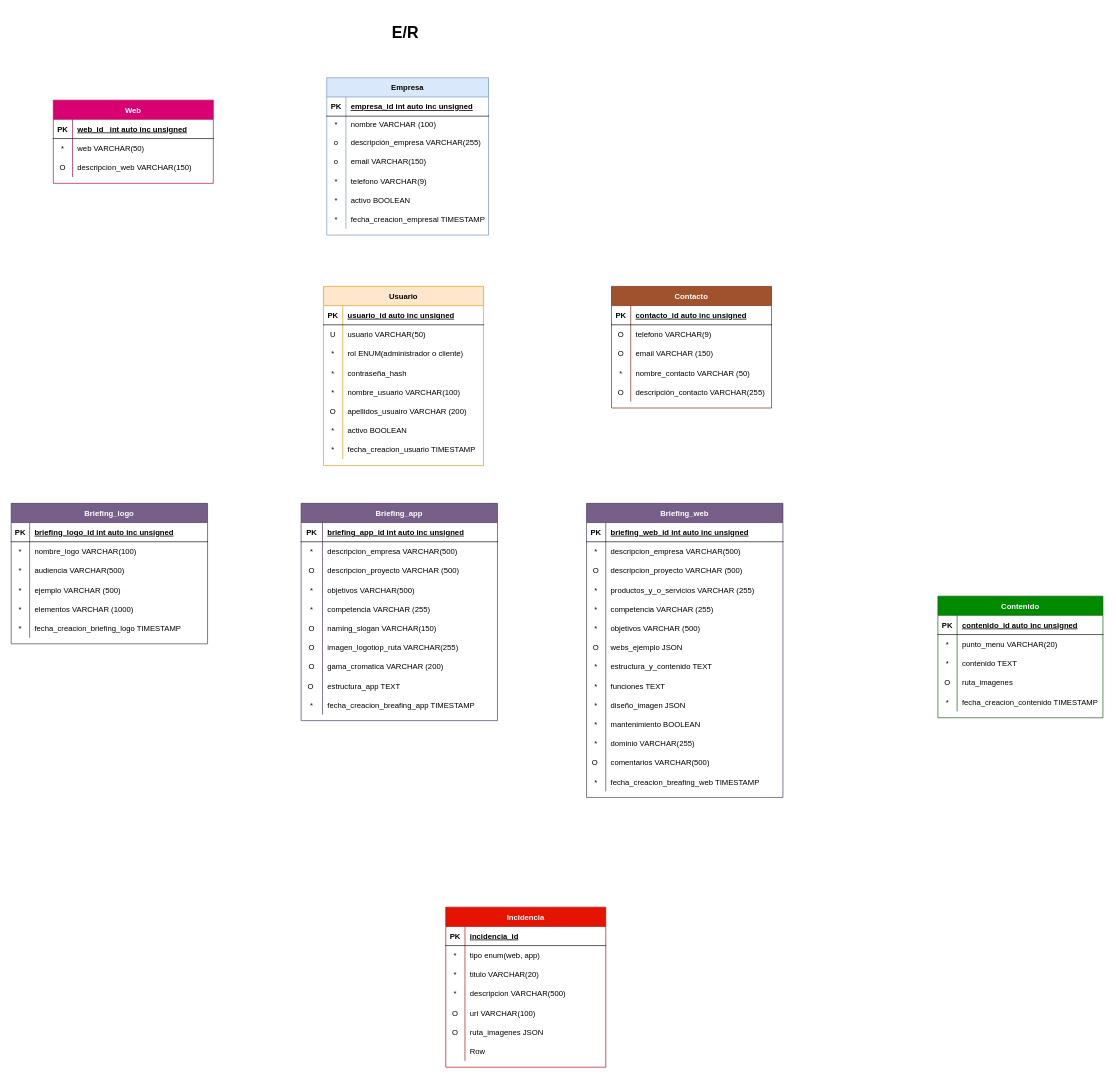
cnievaslozano/crm-myproject keeps this draw.io diagram as Diagrama sin título.drawio. Above is the earlier version. Source tidied: cells renumbered, new cells numbered last; positions are measured from the earlier drawing's top-left corner, leaving out a move shared by most shapes. Both pictures are drawn from the tidied source at 64%, with x=0, y=0 at pixel (11, 22).
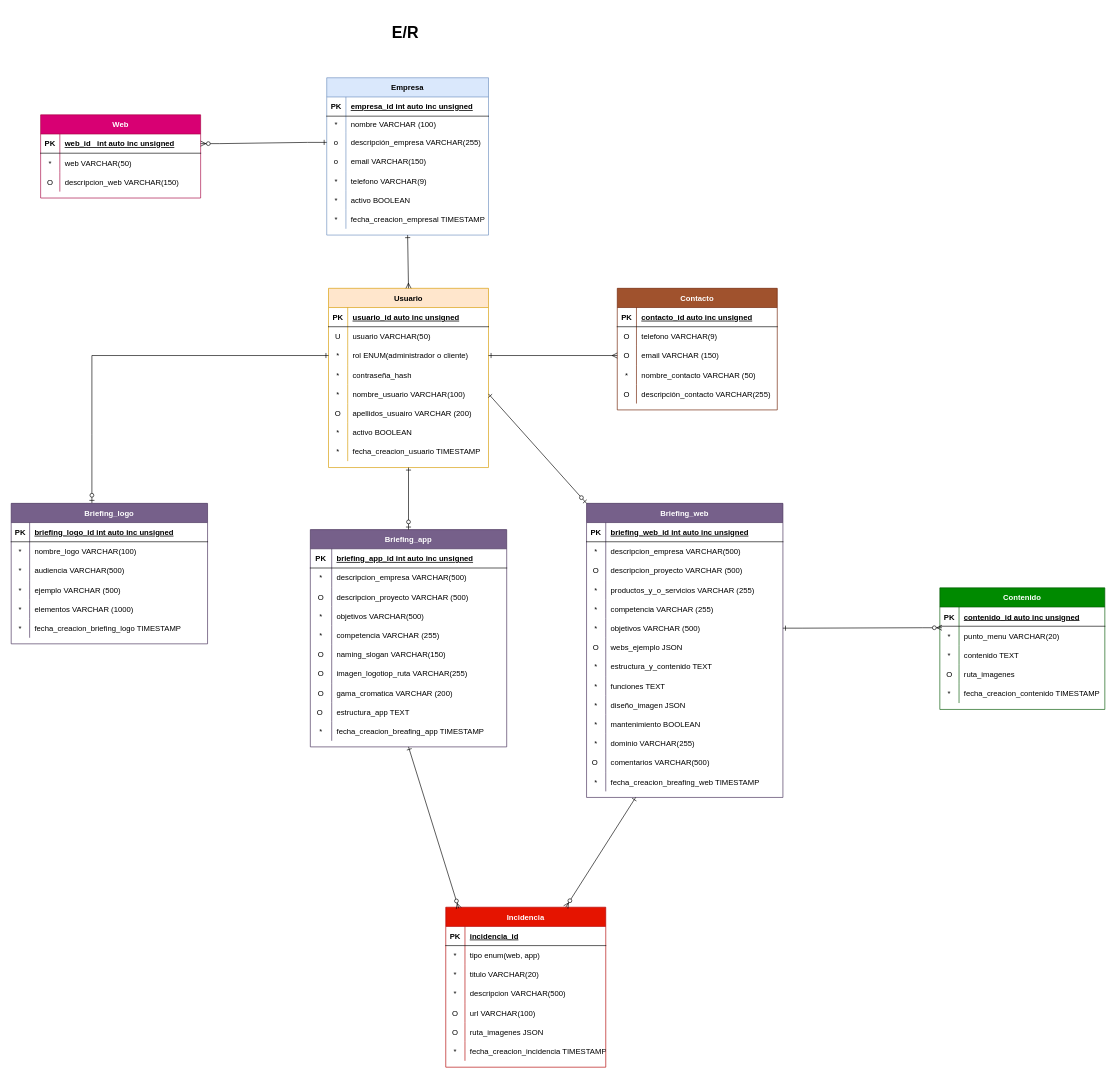
The same page after the edit.

Unchanged cells that the change refers to:
```xml
<mxCell id="9" style="shape=tableRow;horizontal=0;startSize=0;swimlaneHead=0;swimlaneBody=0;fillColor=none;points=[[0,0.5],[1,0.5]];portConstraint=eastwest;top=0;left=0;right=0;bottom=0;" parent="2" vertex="1">
  <mxGeometry y="90" width="250" height="30" as="geometry" />
</mxCell>
<mxCell id="15" style="shape=tableRow;horizontal=0;startSize=0;swimlaneHead=0;swimlaneBody=0;fillColor=none;points=[[0,0.5],[1,0.5]];portConstraint=eastwest;top=0;left=0;right=0;bottom=0;" parent="2" vertex="1">
  <mxGeometry y="150" width="250" height="30" as="geometry" />
</mxCell>
<mxCell id="34" style="shape=partialRectangle;fillColor=none;points=[[0,0.5],[1,0.5]];portConstraint=eastwest;top=0;left=0;right=0;bottom=0;" parent="27" vertex="1">
  <mxGeometry y="90" width="250" height="30" as="geometry" />
</mxCell>
<mxCell id="43" value="Empresa" style="shape=table;startSize=30;childLayout=tableLayout;rowLines=0;fontStyle=1;align=center;fillColor=#dae8fc;strokeColor=#6c8ebf;" parent="1" vertex="1">
  <mxGeometry x="493" y="87" width="252.8" height="245.8" as="geometry" />
</mxCell>
<mxCell id="50" style="shape=tableRow;horizontal=0;startSize=0;swimlaneHead=0;swimlaneBody=0;fillColor=none;points=[[0,0.5],[1,0.5]];portConstraint=eastwest;top=0;left=0;right=0;bottom=0;" parent="43" vertex="1">
  <mxGeometry y="86" width="252.8" height="30" as="geometry" />
</mxCell>
<mxCell id="66" value="Briefing_web" style="shape=table;startSize=30;childLayout=tableLayout;rowLines=0;fontStyle=1;align=center;fillColor=#76608a;fontColor=#ffffff;strokeColor=#432D57;" parent="1" vertex="1">
  <mxGeometry x="899" y="752" width="306.8" height="459.5" as="geometry" />
</mxCell>
<mxCell id="82" style="shape=tableRow;horizontal=0;startSize=0;swimlaneHead=0;swimlaneBody=0;fillColor=none;points=[[0,0.5],[1,0.5]];portConstraint=eastwest;top=0;left=0;right=0;bottom=0;" parent="66" vertex="1">
  <mxGeometry y="180" width="306.8" height="30" as="geometry" />
</mxCell>
<mxCell id="113" style="shape=partialRectangle;fillColor=none;points=[[0,0.5],[1,0.5]];portConstraint=eastwest;top=0;left=0;right=0;bottom=0;" parent="109" vertex="1">
  <mxGeometry y="60" width="257.8" height="30" as="geometry" />
</mxCell>
<mxCell id="125" value="Incidencia" style="shape=table;startSize=30;childLayout=tableLayout;rowLines=0;fontStyle=1;align=center;fillColor=#e51400;fontColor=#ffffff;strokeColor=#B20000;" parent="1" vertex="1">
  <mxGeometry x="679" y="1383" width="250" height="250" as="geometry" />
</mxCell>
<mxCell id="144" style="shape=tableRow;horizontal=0;startSize=0;swimlaneHead=0;swimlaneBody=0;fillColor=none;top=0;left=0;right=0;bottom=0;" parent="125" vertex="1">
  <mxGeometry y="210" width="250" height="30" as="geometry" />
</mxCell>
<mxCell id="148" style="shape=partialRectangle;fillColor=none;points=[[0,0.5],[1,0.5]];portConstraint=eastwest;top=0;left=0;right=0;bottom=1;" parent="147" vertex="1">
  <mxGeometry y="30" width="250" height="30" as="geometry" />
</mxCell>
<mxCell id="188" value="Briefing_logo" style="shape=table;startSize=30;childLayout=tableLayout;rowLines=0;fontStyle=1;align=center;fillColor=#76608a;fontColor=#ffffff;strokeColor=#432D57;" parent="1" vertex="1">
  <mxGeometry y="752" width="306.8" height="219.5" as="geometry" />
</mxCell>
```

Change to the diagram source:
```diff
@@
     <mxCell id="2" value="Usuario" style="shape=table;startSize=30;childLayout=tableLayout;rowLines=0;fontStyle=1;align=center;fillColor=#ffe6cc;strokeColor=#d79b00;" parent="1" vertex="1">
-      <mxGeometry x="488" y="413" width="250" height="280" as="geometry" />
+      <mxGeometry x="495.8" y="416" width="250" height="280" as="geometry" />
     </mxCell>
@@
     <mxCell id="27" value="Contacto" style="shape=table;startSize=30;childLayout=tableLayout;rowLines=0;fontStyle=1;align=center;fillColor=#a0522d;fontColor=#ffffff;strokeColor=#6D1F00;" parent="1" vertex="1">
-      <mxGeometry x="938" y="413" width="250" height="190" as="geometry" />
+      <mxGeometry x="947" y="416" width="250" height="190" as="geometry" />
     </mxCell>
@@
     <mxCell id="109" value="Contenido" style="shape=table;startSize=30;childLayout=tableLayout;rowLines=0;fontStyle=1;align=center;fillColor=#008a00;fontColor=#ffffff;strokeColor=#005700;" parent="1" vertex="1">
-      <mxGeometry x="1448" y="897" width="257.8" height="190" as="geometry" />
+      <mxGeometry x="1451" y="884" width="257.8" height="190" as="geometry" />
     </mxCell>
@@
-    <mxCell id="145" style="shape=partialRectangle;fillColor=none;top=0;left=0;bottom=0;right=0;overflow=hidden;" parent="144" vertex="1">
+    <mxCell id="145" value="*" style="shape=partialRectangle;fillColor=none;top=0;left=0;bottom=0;right=0;overflow=hidden;" parent="144" vertex="1">
       <mxGeometry width="30" height="30" as="geometry" />
     </mxCell>
-    <mxCell id="146" value="Row" style="shape=partialRectangle;fillColor=none;top=0;left=0;bottom=0;right=0;align=left;spacingLeft=6;overflow=hidden;" parent="144" vertex="1">
+    <mxCell id="146" value="fecha_creacion_incidencia TIMESTAMP" style="shape=partialRectangle;fillColor=none;top=0;left=0;bottom=0;right=0;align=left;spacingLeft=6;overflow=hidden;" parent="144" vertex="1">
       <mxGeometry x="30" width="220" height="30" as="geometry" />
     </mxCell>
     <mxCell id="147" value="Web" style="shape=table;startSize=30;childLayout=tableLayout;rowLines=0;fontStyle=1;align=center;fillColor=#d80073;strokeColor=#A50040;fontColor=#ffffff;" parent="1" vertex="1">
-      <mxGeometry x="65.8" y="122" width="250" height="130" as="geometry" />
+      <mxGeometry x="46" y="144.9" width="250" height="130" as="geometry" />
     </mxCell>
@@
     <mxCell id="157" value="Briefing_app" style="shape=table;startSize=30;childLayout=tableLayout;rowLines=0;fontStyle=1;align=center;fillColor=#76608a;fontColor=#ffffff;strokeColor=#432D57;" parent="1" vertex="1">
-      <mxGeometry x="453" y="752" width="306.8" height="339.5" as="geometry" />
+      <mxGeometry x="467.4" y="793" width="306.8" height="339.5" as="geometry" />
     </mxCell>
@@
+    <mxCell id="207" style="fontSize=12;html=1;endArrow=ERmany;endFill=0;rounded=0;exitX=0.5;exitY=1;exitDx=0;exitDy=0;entryX=0.5;entryY=0;entryDx=0;entryDy=0;startArrow=ERone;startFill=0;" parent="1" edge="1" source="43" target="2">
+      <mxGeometry relative="1" as="geometry" />
+    </mxCell>
+    <mxCell id="208" style="fontSize=12;html=1;endArrow=ERmany;endFill=0;rounded=0;exitX=1;exitY=0.5;exitDx=0;exitDy=0;entryX=0;entryY=0.5;entryDx=0;entryDy=0;startArrow=ERone;startFill=0;" parent="1" edge="1" source="9" target="34">
+      <mxGeometry relative="1" as="geometry" />
+    </mxCell>
+    <mxCell id="209" style="edgeStyle=entityRelationEdgeStyle;fontSize=12;html=1;endArrow=ERzeroToMany;endFill=1;rounded=0;entryX=1;entryY=0.5;entryDx=0;entryDy=0;exitX=0;exitY=0.5;exitDx=0;exitDy=0;startArrow=ERone;startFill=0;" parent="1" edge="1" source="50" target="148">
+      <mxGeometry relative="1" as="geometry">
+        <Array as="points">
+          <mxPoint x="358" y="513" />
+          <mxPoint x="531" y="646" />
+        </Array>
+      </mxGeometry>
+    </mxCell>
+    <mxCell id="210" style="edgeStyle=orthogonalEdgeStyle;fontSize=12;html=1;endArrow=ERzeroToOne;endFill=1;rounded=0;exitX=0;exitY=0.5;exitDx=0;exitDy=0;entryX=0.411;entryY=-0.003;entryDx=0;entryDy=0;entryPerimeter=0;startArrow=ERone;startFill=0;" parent="1" edge="1" source="9" target="188">
+      <mxGeometry relative="1" as="geometry" />
+    </mxCell>
+    <mxCell id="211" style="fontSize=12;html=1;endArrow=ERzeroToOne;endFill=1;rounded=0;exitX=0.5;exitY=1;exitDx=0;exitDy=0;entryX=0.5;entryY=0;entryDx=0;entryDy=0;startArrow=ERone;startFill=0;" parent="1" edge="1" source="2" target="157">
+      <mxGeometry relative="1" as="geometry" />
+    </mxCell>
+    <mxCell id="212" style="fontSize=12;html=1;endArrow=ERzeroToOne;endFill=1;rounded=0;exitX=1;exitY=0.5;exitDx=0;exitDy=0;entryX=0;entryY=0;entryDx=0;entryDy=0;startArrow=ERone;startFill=0;" parent="1" edge="1" source="15" target="66">
+      <mxGeometry relative="1" as="geometry" />
+    </mxCell>
+    <mxCell id="213" style="edgeStyle=entityRelationEdgeStyle;fontSize=12;html=1;endArrow=ERzeroToMany;endFill=1;rounded=0;entryX=0.013;entryY=0.078;entryDx=0;entryDy=0;exitX=1;exitY=0.5;exitDx=0;exitDy=0;startArrow=ERone;startFill=0;entryPerimeter=0;" parent="1" edge="1" source="82" target="113">
+      <mxGeometry relative="1" as="geometry">
+        <Array as="points">
+          <mxPoint x="1411" y="1087" />
+          <mxPoint x="1584" y="1220" />
+        </Array>
+      </mxGeometry>
+    </mxCell>
+    <mxCell id="214" style="fontSize=12;html=1;endArrow=ERzeroToMany;endFill=1;rounded=0;entryX=0.75;entryY=0;entryDx=0;entryDy=0;exitX=0.25;exitY=1;exitDx=0;exitDy=0;startArrow=ERone;startFill=0;" parent="1" edge="1" source="66" target="125">
+      <mxGeometry relative="1" as="geometry" />
+    </mxCell>
+    <mxCell id="215" style="fontSize=12;html=1;endArrow=ERzeroToMany;endFill=1;rounded=0;entryX=0.081;entryY=0.007;entryDx=0;entryDy=0;exitX=0.5;exitY=1;exitDx=0;exitDy=0;startArrow=ERone;startFill=0;entryPerimeter=0;" parent="1" edge="1" source="157" target="125">
+      <mxGeometry relative="1" as="geometry" />
+    </mxCell>
```
